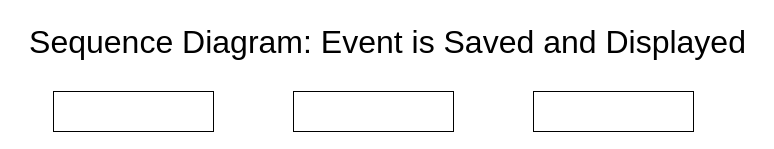
The draw.io diagram diagrams/Sequence_Diagram.drawio in martintara/kaffeknekt, before the edit. Source tidied: cells renumbered, new cells numbered last; positions are measured from the earlier drawing's top-left corner, leaving out a move shared by most shapes. Both pictures are drawn from the tidied source at 100%, with x=0, y=0 at pixel (17, 17).
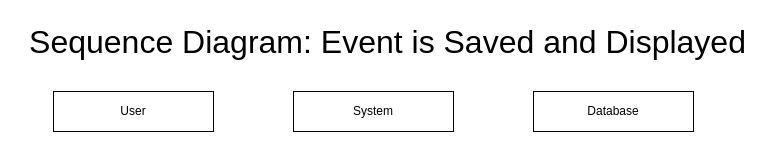
Above is the later version.

Diff of the diagram source:
```diff
@@
 <mxGraphModel>
   <root>
     <mxCell id="0" />
     <mxCell id="1" parent="0" />
     <mxCell id="2" value="&lt;font style=&quot;font-size: 32px;&quot;&gt;Sequence Diagram: Event is Saved and Displayed&lt;/font&gt;" style="text;html=1;align=center;verticalAlign=middle;strokeColor=none;fillColor=none;" parent="1" vertex="1">
       <mxGeometry width="740" height="50" as="geometry" />
     </mxCell>
-    <mxCell id="3" style="rounded=0;whiteSpace=wrap;html=1;" parent="1" vertex="1">
+    <mxCell id="3" value="Database" style="rounded=0;whiteSpace=wrap;html=1;" parent="1" vertex="1">
       <mxGeometry x="516" y="74" width="160" height="40" as="geometry" />
     </mxCell>
-    <mxCell id="4" style="rounded=0;whiteSpace=wrap;html=1;" parent="1" vertex="1">
+    <mxCell id="4" value="User" style="rounded=0;whiteSpace=wrap;html=1;" parent="1" vertex="1">
       <mxGeometry x="36" y="74" width="160" height="40" as="geometry" />
     </mxCell>
-    <mxCell id="5" style="rounded=0;whiteSpace=wrap;html=1;" parent="1" vertex="1">
+    <mxCell id="5" value="System" style="rounded=0;whiteSpace=wrap;html=1;" parent="1" vertex="1">
       <mxGeometry x="276" y="74" width="160" height="40" as="geometry" />
     </mxCell>
   </root>
 </mxGraphModel>
```
